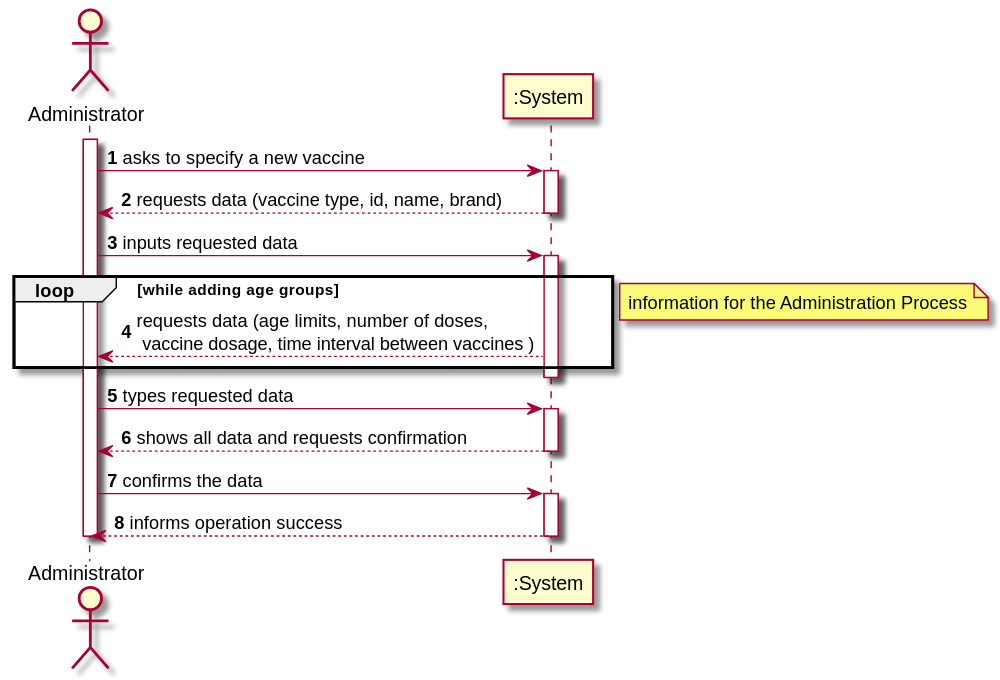
Pirussa/lei-22-s2-1da-g02 keeps this PlantUML diagram as docs/SprintB/US013/US013_SSD.svg. Above is the earlier version.
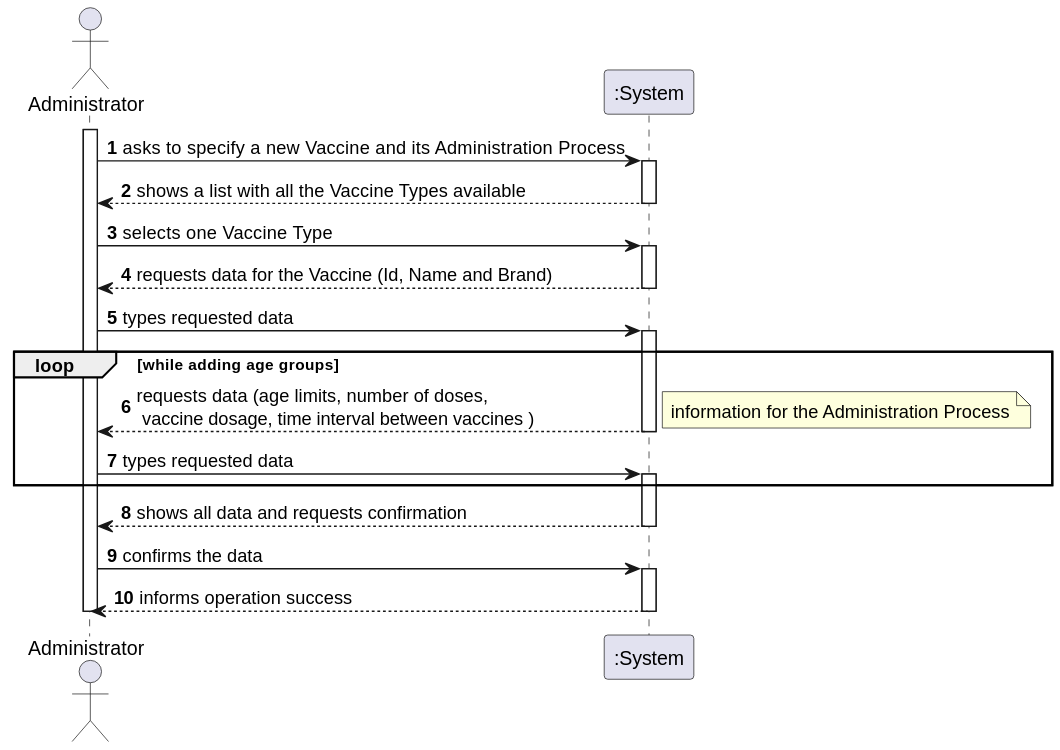
After the commit.

What changed in the source:
```diff
@@ -4,27 +4,34 @@
 actor "Administrator" as A
 
 activate A
-A -> ":System" : asks to specify a new vaccine
+A -> ":System" : asks to specify a new Vaccine and its Administration Process
 
 activate ":System"
-":System" --> A : requests data (vaccine type, id, name, brand)
+":System" --> A : shows a list with all the Vaccine Types available
 deactivate ":System"
 
-A -> ":System" : inputs requested data
+A -> ":System" : selects one Vaccine Type
+
+activate ":System"
+":System" --> A : requests data for the Vaccine (Id, Name and Brand)
+deactivate ":System"
+A -> ":System" : types requested data
 
 activate ":System"
 
 loop while adding age groups
  ":System" --> A : requests data (age limits, number of doses,\n vaccine dosage, time interval between vaccines )
-end
+
 note right
 information for the Administration Process
 end note
 deactivate ":System"
 
 A -> ":System" : types requested data
+activate ":System"
 
-activate ":System"
+end
+
 ":System" --> A : shows all data and requests confirmation
 deactivate ":System"
 
```
